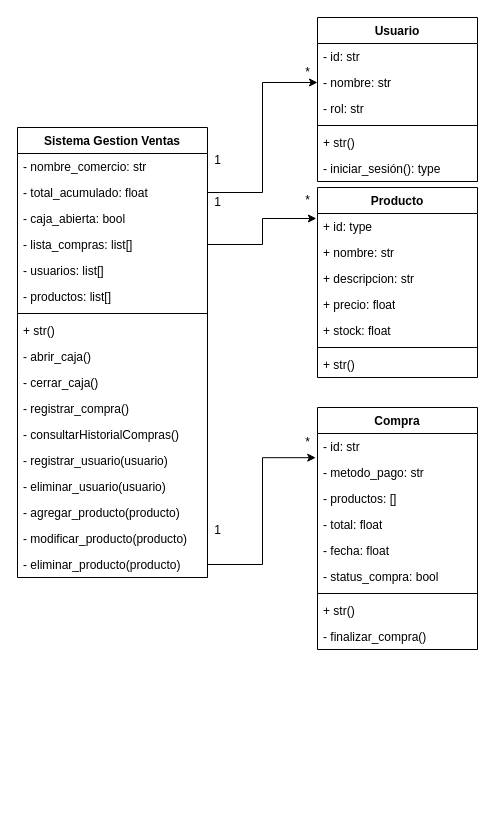
The draw.io diagram SistemaKiosco.drawio in Ren991/SistemaQuioscoPY, before the edit. Source tidied: cells renumbered, new cells numbered last; positions are measured from the earlier drawing's top-left corner, leaving out a move shared by most shapes. Both pictures are drawn from the tidied source at 100%, with x=0, y=0 at pixel (17, 17).
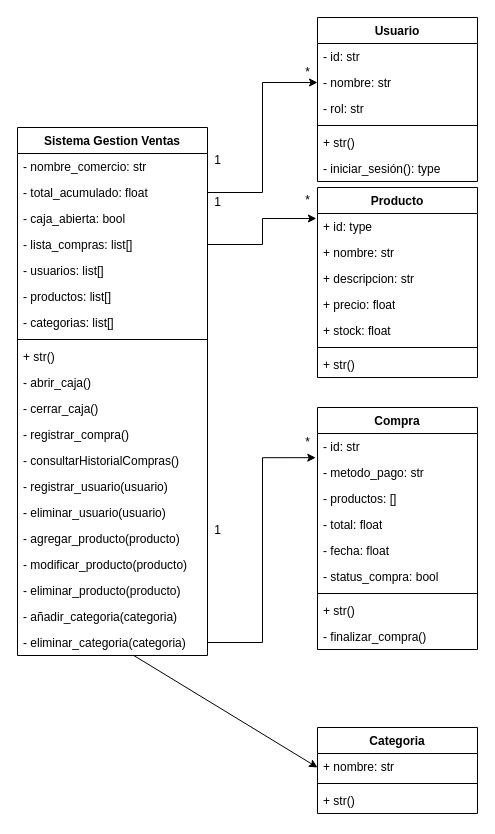
Above is the later version.

Commit message (it also covers changes not shown here):
Agregar clase Categoria al uml

Change to the diagram source:
```diff
@@
     <mxCell id="17" value="Sistema Gestion Ventas" style="swimlane;fontStyle=1;align=center;verticalAlign=top;horizontal=1;startSize=26;whiteSpace=wrap;html=1;" parent="1" vertex="1">
-      <mxGeometry y="110" width="190" height="450" as="geometry" />
+      <mxGeometry y="110" width="190" height="528" as="geometry" />
     </mxCell>
@@
+    <mxCell id="54" value="- productos: list[]&amp;nbsp;" style="text;strokeColor=none;fillColor=none;align=left;verticalAlign=top;spacingLeft=4;spacingRight=4;overflow=hidden;whiteSpace=wrap;html=1;" parent="17" vertex="1">
+      <mxGeometry y="156" width="190" height="26" as="geometry" />
+    </mxCell>
-    <mxCell id="23" value="- productos: list[]&amp;nbsp;" style="text;strokeColor=none;fillColor=none;align=left;verticalAlign=top;spacingLeft=4;spacingRight=4;overflow=hidden;whiteSpace=wrap;html=1;" parent="17" vertex="1">
-      <mxGeometry y="156" width="190" height="26" as="geometry" />
+    <mxCell id="23" value="- categorias: list[]&amp;nbsp;" style="text;strokeColor=none;fillColor=none;align=left;verticalAlign=top;spacingLeft=4;spacingRight=4;overflow=hidden;whiteSpace=wrap;html=1;" parent="17" vertex="1">
+      <mxGeometry y="182" width="190" height="26" as="geometry" />
     </mxCell>
     <mxCell id="24" style="line;strokeWidth=1;fillColor=none;align=left;verticalAlign=middle;spacingTop=-1;spacingLeft=3;spacingRight=3;labelPosition=right;strokeColor=inherit;" parent="17" vertex="1">
-      <mxGeometry y="182" width="190" height="8" as="geometry" />
+      <mxGeometry y="208" width="190" height="8" as="geometry" />
     </mxCell>
     <mxCell id="25" value="+ str()" style="text;strokeColor=none;fillColor=none;align=left;verticalAlign=top;spacingLeft=4;spacingRight=4;overflow=hidden;whiteSpace=wrap;html=1;" parent="17" vertex="1">
-      <mxGeometry y="190" width="190" height="26" as="geometry" />
+      <mxGeometry y="216" width="190" height="26" as="geometry" />
     </mxCell>
     <mxCell id="26" value="- abrir_caja()" style="text;strokeColor=none;fillColor=none;align=left;verticalAlign=top;spacingLeft=4;spacingRight=4;overflow=hidden;whiteSpace=wrap;html=1;" parent="17" vertex="1">
-      <mxGeometry y="216" width="190" height="26" as="geometry" />
+      <mxGeometry y="242" width="190" height="26" as="geometry" />
     </mxCell>
     <mxCell id="27" value="- cerrar_caja()" style="text;strokeColor=none;fillColor=none;align=left;verticalAlign=top;spacingLeft=4;spacingRight=4;overflow=hidden;whiteSpace=wrap;html=1;" parent="17" vertex="1">
-      <mxGeometry y="242" width="190" height="26" as="geometry" />
+      <mxGeometry y="268" width="190" height="26" as="geometry" />
     </mxCell>
     <mxCell id="28" value="- registrar_compra()" style="text;strokeColor=none;fillColor=none;align=left;verticalAlign=top;spacingLeft=4;spacingRight=4;overflow=hidden;whiteSpace=wrap;html=1;" parent="17" vertex="1">
-      <mxGeometry y="268" width="190" height="26" as="geometry" />
+      <mxGeometry y="294" width="190" height="26" as="geometry" />
     </mxCell>
     <mxCell id="29" value="- consultarHistorialCompras()" style="text;strokeColor=none;fillColor=none;align=left;verticalAlign=top;spacingLeft=4;spacingRight=4;overflow=hidden;whiteSpace=wrap;html=1;" parent="17" vertex="1">
-      <mxGeometry y="294" width="190" height="26" as="geometry" />
+      <mxGeometry y="320" width="190" height="26" as="geometry" />
     </mxCell>
     <mxCell id="30" value="- registrar_usuario(usuario)" style="text;strokeColor=none;fillColor=none;align=left;verticalAlign=top;spacingLeft=4;spacingRight=4;overflow=hidden;whiteSpace=wrap;html=1;" parent="17" vertex="1">
-      <mxGeometry y="320" width="190" height="26" as="geometry" />
+      <mxGeometry y="346" width="190" height="26" as="geometry" />
     </mxCell>
     <mxCell id="31" value="- eliminar_usuario(usuario)" style="text;strokeColor=none;fillColor=none;align=left;verticalAlign=top;spacingLeft=4;spacingRight=4;overflow=hidden;whiteSpace=wrap;html=1;" parent="17" vertex="1">
-      <mxGeometry y="346" width="190" height="26" as="geometry" />
+      <mxGeometry y="372" width="190" height="26" as="geometry" />
     </mxCell>
     <mxCell id="32" value="- agregar_producto(producto)" style="text;strokeColor=none;fillColor=none;align=left;verticalAlign=top;spacingLeft=4;spacingRight=4;overflow=hidden;whiteSpace=wrap;html=1;" parent="17" vertex="1">
-      <mxGeometry y="372" width="190" height="26" as="geometry" />
+      <mxGeometry y="398" width="190" height="26" as="geometry" />
     </mxCell>
     <mxCell id="33" value="- modificar_producto(producto)" style="text;strokeColor=none;fillColor=none;align=left;verticalAlign=top;spacingLeft=4;spacingRight=4;overflow=hidden;whiteSpace=wrap;html=1;" parent="17" vertex="1">
-      <mxGeometry y="398" width="190" height="26" as="geometry" />
+      <mxGeometry y="424" width="190" height="26" as="geometry" />
     </mxCell>
+    <mxCell id="55" value="- eliminar_producto(producto)" style="text;strokeColor=none;fillColor=none;align=left;verticalAlign=top;spacingLeft=4;spacingRight=4;overflow=hidden;whiteSpace=wrap;html=1;" parent="17" vertex="1">
+      <mxGeometry y="450" width="190" height="26" as="geometry" />
+    </mxCell>
+    <mxCell id="56" value="- añadir_categoria(categoria)" style="text;strokeColor=none;fillColor=none;align=left;verticalAlign=top;spacingLeft=4;spacingRight=4;overflow=hidden;whiteSpace=wrap;html=1;" parent="17" vertex="1">
+      <mxGeometry y="476" width="190" height="26" as="geometry" />
+    </mxCell>
-    <mxCell id="34" value="- eliminar_producto(producto)" style="text;strokeColor=none;fillColor=none;align=left;verticalAlign=top;spacingLeft=4;spacingRight=4;overflow=hidden;points=[[0,0.5],[1,0.5]];portConstraint=eastwest;whiteSpace=wrap;html=1;" parent="17" vertex="1">
-      <mxGeometry y="424" width="190" height="26" as="geometry" />
+    <mxCell id="34" value="- eliminar_categoria(categoria)" style="text;strokeColor=none;fillColor=none;align=left;verticalAlign=top;spacingLeft=4;spacingRight=4;overflow=hidden;points=[[0,0.5],[1,0.5]];portConstraint=eastwest;whiteSpace=wrap;html=1;" parent="17" vertex="1">
+      <mxGeometry y="502" width="190" height="26" as="geometry" />
     </mxCell>
@@
+    <mxCell id="57" style="edgeStyle=none;html=1;" parent="1" edge="1" source="34">
+      <mxGeometry relative="1" as="geometry">
+        <mxPoint x="300" y="750" as="targetPoint" />
+      </mxGeometry>
+    </mxCell>
+    <mxCell id="58" value="Categoria" style="swimlane;fontStyle=1;align=center;verticalAlign=top;horizontal=1;startSize=26;whiteSpace=wrap;html=1;" parent="1" vertex="1">
+      <mxGeometry x="300" y="710" width="160" height="86" as="geometry" />
+    </mxCell>
+    <mxCell id="59" value="+ nombre: str" style="text;strokeColor=none;fillColor=none;align=left;verticalAlign=top;spacingLeft=4;spacingRight=4;overflow=hidden;whiteSpace=wrap;html=1;" parent="58" vertex="1">
+      <mxGeometry y="26" width="160" height="26" as="geometry" />
+    </mxCell>
+    <mxCell id="60" style="line;strokeWidth=1;fillColor=none;align=left;verticalAlign=middle;spacingTop=-1;spacingLeft=3;spacingRight=3;labelPosition=right;strokeColor=inherit;" parent="58" vertex="1">
+      <mxGeometry y="52" width="160" height="8" as="geometry" />
+    </mxCell>
+    <mxCell id="61" value="+ str()" style="text;strokeColor=none;fillColor=none;align=left;verticalAlign=top;spacingLeft=4;spacingRight=4;overflow=hidden;whiteSpace=wrap;html=1;" parent="58" vertex="1">
+      <mxGeometry y="60" width="160" height="26" as="geometry" />
+    </mxCell>
```
